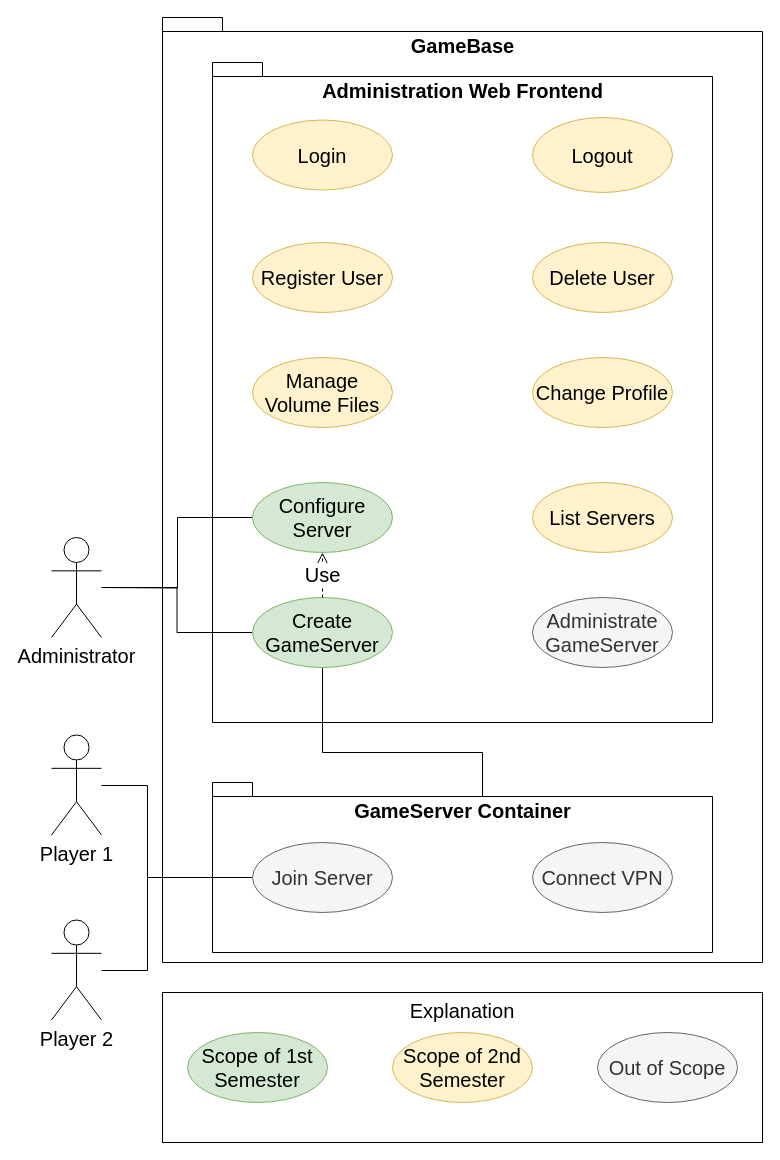
Earlier version of the draw.io diagram requirements/diagramms/Use_Case_Diagramm.drawio (GameBaseDE/documentation). Source tidied: cells renumbered, new cells numbered last; positions are measured from the earlier drawing's top-left corner, leaving out a move shared by most shapes. Both pictures are drawn from the tidied source at 100%, with x=0, y=0 at pixel (51, 17).
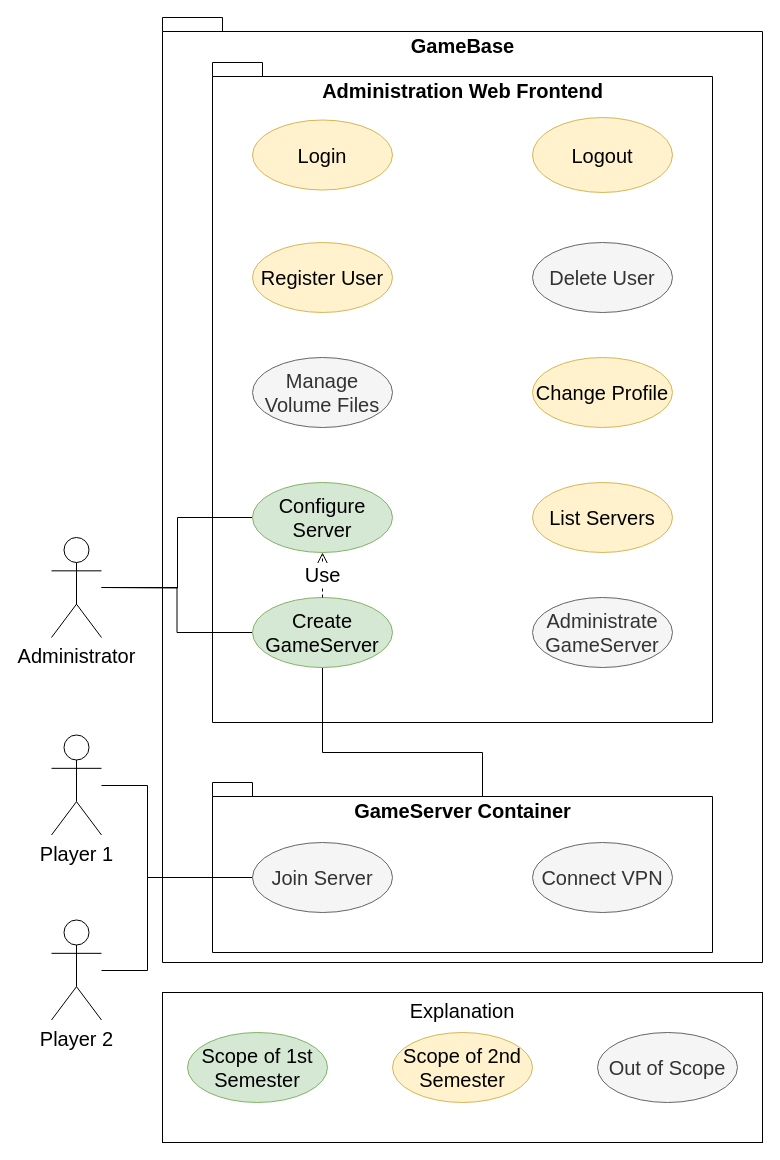
The same diagram, later.

Commit message (it also covers changes not shown here):
GB-29: Update use-case diagram

The edit, as a diff of the source:
```diff
@@
-    <mxCell id="21" value="Delete User" style="ellipse;whiteSpace=wrap;html=1;fontSize=20;align=center;fillColor=#fff2cc;strokeColor=#d6b656;" parent="1" vertex="1">
+    <mxCell id="21" value="Delete User" style="ellipse;whiteSpace=wrap;html=1;fontSize=20;align=center;fillColor=#f5f5f5;strokeColor=#666666;fontColor=#333333;" parent="1" vertex="1">
       <mxGeometry x="481" y="225" width="140" height="70" as="geometry" />
     </mxCell>
@@
-    <mxCell id="23" value="Manage Volume Files" style="ellipse;whiteSpace=wrap;html=1;fontSize=20;align=center;fillColor=#fff2cc;strokeColor=#d6b656;" parent="1" vertex="1">
+    <mxCell id="23" value="Manage Volume Files" style="ellipse;whiteSpace=wrap;html=1;fontSize=20;align=center;fillColor=#f5f5f5;strokeColor=#666666;fontColor=#333333;" parent="1" vertex="1">
       <mxGeometry x="201" y="340" width="140" height="70" as="geometry" />
     </mxCell>
```
